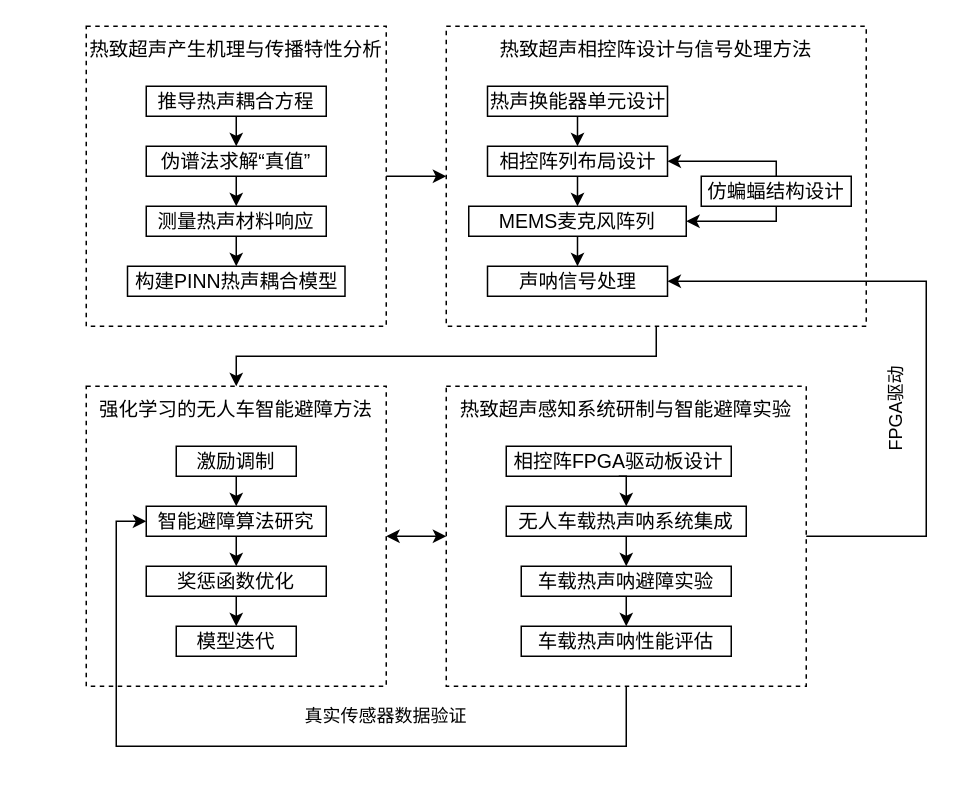
Before: Proposal route.drawio in debeetle/Drawio, a draw.io diagram. Source tidied: cells renumbered, new cells numbered last; positions are measured from the earlier drawing's top-left corner, leaving out a move shared by most shapes. Both pictures are drawn from the tidied source at 150%, with x=0, y=0 at pixel (26, 26).
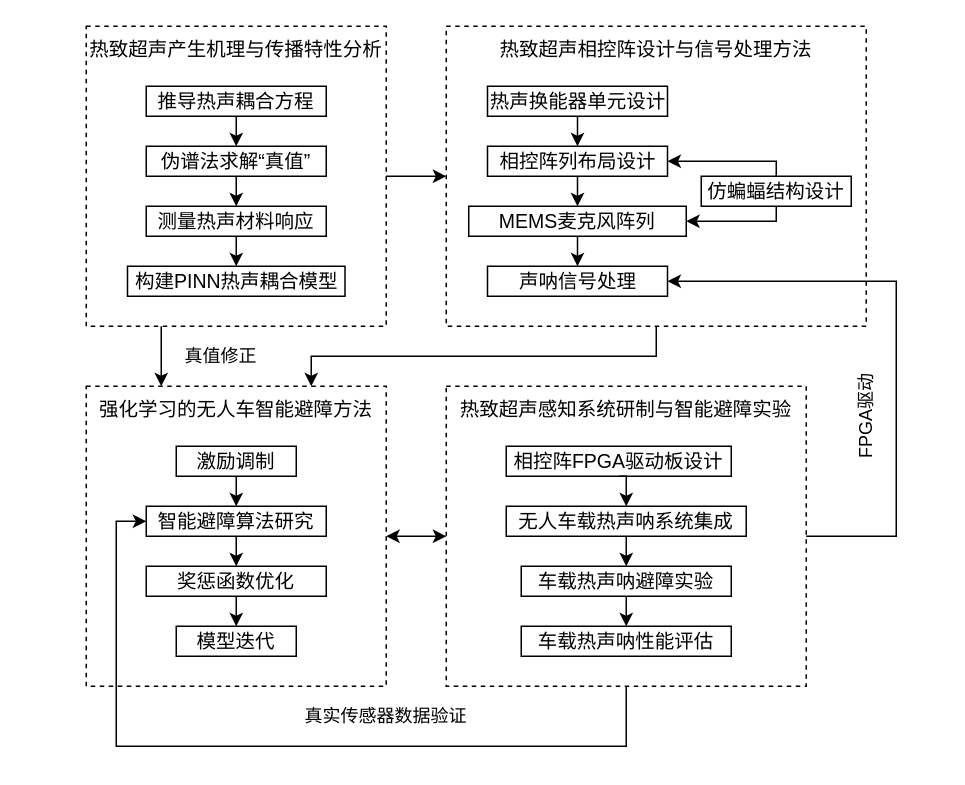
The same page after the edit.

Unchanged cells that the change refers to:
```xml
<mxCell id="2" style="rounded=0;whiteSpace=wrap;html=1;fillColor=none;dashed=1;fontFamily=STZhongsong;" parent="1" vertex="1">
  <mxGeometry x="280" y="240" width="240" height="200" as="geometry" />
</mxCell>
<mxCell id="3" style="rounded=0;whiteSpace=wrap;html=1;fillColor=none;dashed=1;fontFamily=STZhongsong;" parent="1" vertex="1">
  <mxGeometry x="40" y="240" width="200" height="200" as="geometry" />
</mxCell>
<mxCell id="4" style="rounded=0;whiteSpace=wrap;html=1;fillColor=none;dashed=1;fontFamily=STZhongsong;" parent="1" vertex="1">
  <mxGeometry x="280" width="280" height="200" as="geometry" />
</mxCell>
<mxCell id="23" value="声呐信号处理" style="rounded=0;whiteSpace=wrap;html=1;fillColor=none;fontSize=13;fontFamily=STZhongsong;" parent="1" vertex="1">
  <mxGeometry x="307.5" y="160" width="120" height="20" as="geometry" />
</mxCell>
<mxCell id="24" value="强化学习的无人车智能避障方法" style="text;html=1;whiteSpace=wrap;strokeColor=none;fillColor=none;align=center;verticalAlign=middle;rounded=0;fontSize=13;fontFamily=STZhongsong;" parent="1" vertex="1">
  <mxGeometry x="40" y="240" width="200" height="30" as="geometry" />
</mxCell>
<mxCell id="27" style="rounded=0;whiteSpace=wrap;html=1;fillColor=none;dashed=1;fontFamily=STZhongsong;" parent="1" vertex="1">
  <mxGeometry x="40" width="200" height="200" as="geometry" />
</mxCell>
```

The edit, as a diff of the source:
```diff
@@
     <mxCell id="5" value="热致超声产生机理与传播特性分析" style="text;html=1;whiteSpace=wrap;strokeColor=none;fillColor=none;align=center;verticalAlign=middle;rounded=0;fontSize=13;fontFamily=STZhongsong;" parent="1" vertex="1">
-      <mxGeometry width="280" height="30" as="geometry" />
+      <mxGeometry x="40" width="200" height="30" as="geometry" />
     </mxCell>
@@
+    <mxCell id="48" style="edgeStyle=orthogonalEdgeStyle;rounded=0;jettySize=auto;html=1;exitX=0.25;exitY=1;exitDx=0;exitDy=0;entryX=0.25;entryY=0;entryDx=0;entryDy=0;" parent="1" edge="1" source="27" target="24">
+      <mxGeometry relative="1" as="geometry" />
+    </mxCell>
@@
-    <mxCell id="42" style="edgeStyle=orthogonalEdgeStyle;rounded=0;jettySize=auto;html=1;exitX=0.5;exitY=1;exitDx=0;exitDy=0;entryX=0.5;entryY=0;entryDx=0;entryDy=0;fontFamily=STZhongsong;" parent="1" edge="1" source="4" target="3">
+    <mxCell id="42" style="edgeStyle=orthogonalEdgeStyle;rounded=0;jettySize=auto;html=1;exitX=0.5;exitY=1;exitDx=0;exitDy=0;entryX=0.75;entryY=0;entryDx=0;entryDy=0;fontFamily=STZhongsong;" parent="1" edge="1" source="4" target="24">
       <mxGeometry relative="1" as="geometry" />
     </mxCell>
@@
     <mxCell id="44" style="edgeStyle=orthogonalEdgeStyle;rounded=0;jettySize=auto;html=1;exitX=1;exitY=0.5;exitDx=0;exitDy=0;fontFamily=STZhongsong;entryX=1;entryY=0.5;entryDx=0;entryDy=0;" parent="1" edge="1" source="2" target="23">
       <mxGeometry relative="1" as="geometry">
         <Array as="points">
-          <mxPoint x="600" y="340" />
-          <mxPoint x="600" y="170" />
+          <mxPoint x="580" y="340" />
+          <mxPoint x="580" y="170" />
         </Array>
       </mxGeometry>
     </mxCell>
@@
     <mxCell id="46" value="FPGA驱动" style="text;html=1;whiteSpace=wrap;strokeColor=none;fillColor=none;align=center;verticalAlign=middle;rounded=0;rotation=-90;fontFamily=STZhongsong;" parent="1" vertex="1">
-      <mxGeometry x="550" y="245" width="60" height="20" as="geometry" />
+      <mxGeometry x="530" y="250" width="60" height="20" as="geometry" />
     </mxCell>
@@
+    <mxCell id="49" value="真值修正" style="text;html=1;whiteSpace=wrap;strokeColor=none;fillColor=none;align=center;verticalAlign=middle;rounded=0;rotation=0;fontFamily=STZhongsong;" parent="1" vertex="1">
+      <mxGeometry x="100" y="210" width="60" height="20" as="geometry" />
+    </mxCell>
```
